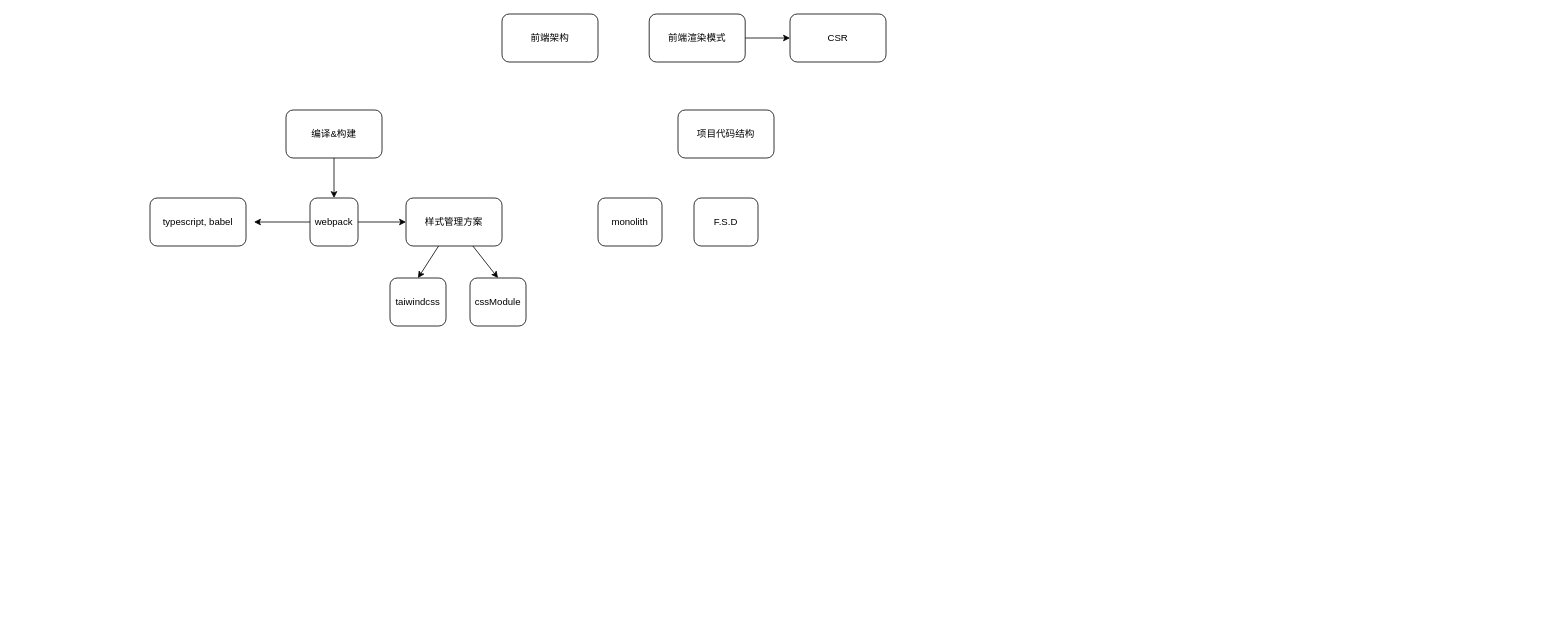
Before: docs/FE_Architecture.drawio in webMasterMrBin/elegance-form-builder, a draw.io diagram. Source tidied: cells renumbered, new cells numbered last; positions are measured from the earlier drawing's top-left corner, leaving out a move shared by most shapes. Both pictures are drawn from the tidied source at 80%, with x=0, y=0 at pixel (150, 14).
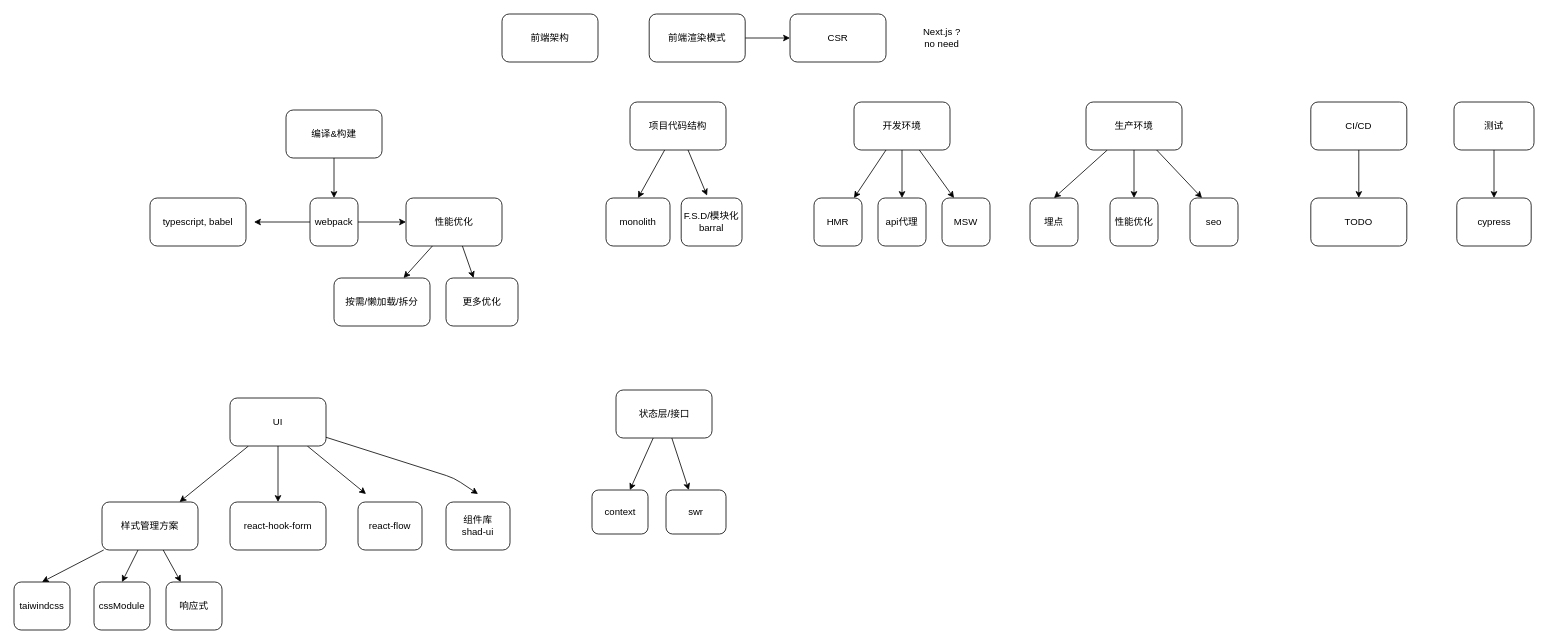
After the change.

Commit message:
架构图补充

The change refers to these unchanged cells:
```xml
<mxCell id="10" value="webpack" style="rounded=1;whiteSpace=wrap;html=1;" parent="1" vertex="1">
  <mxGeometry x="200" y="230" width="60" height="60" as="geometry" />
</mxCell>
```

The edit, as a diff of the source:
```diff
@@
-    <mxCell id="9" style="edgeStyle=none;html=1;" parent="1" edge="1" source="10" target="14">
-      <mxGeometry relative="1" as="geometry" />
-    </mxCell>
+    <mxCell id="20" style="edgeStyle=none;html=1;" parent="1" edge="1" source="10" target="59">
+      <mxGeometry relative="1" as="geometry" />
+    </mxCell>
@@
+    <mxCell id="21" style="edgeStyle=none;html=1;" parent="1" edge="1" source="14" target="63">
+      <mxGeometry relative="1" as="geometry" />
+    </mxCell>
     <mxCell id="14" value="样式管理方案" style="rounded=1;whiteSpace=wrap;html=1;" parent="1" vertex="1">
-      <mxGeometry x="320" y="230" width="120" height="60" as="geometry" />
+      <mxGeometry x="-60" y="610" width="120" height="60" as="geometry" />
     </mxCell>
     <mxCell id="15" value="taiwindcss" style="whiteSpace=wrap;html=1;rounded=1;" parent="1" vertex="1">
-      <mxGeometry x="300" y="330" width="70" height="60" as="geometry" />
+      <mxGeometry x="-170" y="710" width="70" height="60" as="geometry" />
     </mxCell>
     <mxCell id="16" value="cssModule" style="whiteSpace=wrap;html=1;rounded=1;" parent="1" vertex="1">
-      <mxGeometry x="400" y="330" width="70" height="60" as="geometry" />
+      <mxGeometry x="-70" y="710" width="70" height="60" as="geometry" />
     </mxCell>
+    <mxCell id="22" style="edgeStyle=none;html=1;entryX=0.5;entryY=0;entryDx=0;entryDy=0;" parent="1" edge="1" source="17" target="18">
+      <mxGeometry relative="1" as="geometry" />
+    </mxCell>
+    <mxCell id="23" style="edgeStyle=none;html=1;entryX=0.425;entryY=-0.05;entryDx=0;entryDy=0;entryPerimeter=0;" parent="1" edge="1" source="17" target="19">
+      <mxGeometry relative="1" as="geometry" />
+    </mxCell>
     <mxCell id="17" value="项目代码结构" style="rounded=1;whiteSpace=wrap;html=1;" parent="1" vertex="1">
-      <mxGeometry x="660" y="120" width="120" height="60" as="geometry" />
+      <mxGeometry x="600" y="110" width="120" height="60" as="geometry" />
     </mxCell>
     <mxCell id="18" value="monolith" style="rounded=1;whiteSpace=wrap;html=1;" parent="1" vertex="1">
-      <mxGeometry x="560" y="230" width="80" height="60" as="geometry" />
+      <mxGeometry x="570" y="230" width="80" height="60" as="geometry" />
     </mxCell>
-    <mxCell id="19" value="F.S.D" style="rounded=1;whiteSpace=wrap;html=1;" parent="1" vertex="1">
-      <mxGeometry x="680" y="230" width="80" height="60" as="geometry" />
+    <mxCell id="19" value="F.S.D/模块化barral" style="rounded=1;whiteSpace=wrap;html=1;" parent="1" vertex="1">
+      <mxGeometry x="664" y="230" width="76" height="60" as="geometry" />
     </mxCell>
+    <mxCell id="24" style="edgeStyle=none;html=1;" parent="1" edge="1" source="27" target="28">
+      <mxGeometry relative="1" as="geometry" />
+    </mxCell>
+    <mxCell id="25" style="edgeStyle=none;html=1;" parent="1" edge="1" source="27" target="29">
+      <mxGeometry relative="1" as="geometry" />
+    </mxCell>
+    <mxCell id="26" style="edgeStyle=none;html=1;entryX=0.25;entryY=0;entryDx=0;entryDy=0;" parent="1" edge="1" source="27" target="30">
+      <mxGeometry relative="1" as="geometry" />
+    </mxCell>
+    <mxCell id="27" value="开发环境" style="rounded=1;whiteSpace=wrap;html=1;" parent="1" vertex="1">
+      <mxGeometry x="880" y="110" width="120" height="60" as="geometry" />
+    </mxCell>
+    <mxCell id="28" value="HMR" style="rounded=1;whiteSpace=wrap;html=1;" parent="1" vertex="1">
+      <mxGeometry x="830" y="230" width="60" height="60" as="geometry" />
+    </mxCell>
+    <mxCell id="29" value="api代理" style="rounded=1;whiteSpace=wrap;html=1;" parent="1" vertex="1">
+      <mxGeometry x="910" y="230" width="60" height="60" as="geometry" />
+    </mxCell>
+    <mxCell id="30" value="MSW" style="rounded=1;whiteSpace=wrap;html=1;" parent="1" vertex="1">
+      <mxGeometry x="990" y="230" width="60" height="60" as="geometry" />
+    </mxCell>
+    <mxCell id="31" style="edgeStyle=none;html=1;" parent="1" edge="1" source="32" target="33">
+      <mxGeometry relative="1" as="geometry" />
+    </mxCell>
+    <mxCell id="32" value="测试" style="rounded=1;whiteSpace=wrap;html=1;" parent="1" vertex="1">
+      <mxGeometry x="1630" y="110" width="100" height="60" as="geometry" />
+    </mxCell>
+    <mxCell id="33" value="cypress" style="rounded=1;whiteSpace=wrap;html=1;" parent="1" vertex="1">
+      <mxGeometry x="1633.5" y="230" width="93" height="60" as="geometry" />
+    </mxCell>
+    <mxCell id="34" style="edgeStyle=none;html=1;entryX=0.5;entryY=0;entryDx=0;entryDy=0;" parent="1" edge="1" source="37" target="38">
+      <mxGeometry relative="1" as="geometry" />
+    </mxCell>
+    <mxCell id="35" style="edgeStyle=none;html=1;entryX=0.25;entryY=0;entryDx=0;entryDy=0;" parent="1" edge="1" source="37" target="40">
+      <mxGeometry relative="1" as="geometry" />
+    </mxCell>
+    <mxCell id="36" style="edgeStyle=none;html=1;" parent="1" edge="1" source="37" target="39">
+      <mxGeometry relative="1" as="geometry" />
+    </mxCell>
+    <mxCell id="37" value="生产环境" style="rounded=1;whiteSpace=wrap;html=1;" parent="1" vertex="1">
+      <mxGeometry x="1170" y="110" width="120" height="60" as="geometry" />
+    </mxCell>
+    <mxCell id="38" value="埋点" style="rounded=1;whiteSpace=wrap;html=1;" parent="1" vertex="1">
+      <mxGeometry x="1100" y="230" width="60" height="60" as="geometry" />
+    </mxCell>
+    <mxCell id="39" value="性能优化" style="rounded=1;whiteSpace=wrap;html=1;" parent="1" vertex="1">
+      <mxGeometry x="1200" y="230" width="60" height="60" as="geometry" />
+    </mxCell>
+    <mxCell id="40" value="seo" style="rounded=1;whiteSpace=wrap;html=1;" parent="1" vertex="1">
+      <mxGeometry x="1300" y="230" width="60" height="60" as="geometry" />
+    </mxCell>
+    <mxCell id="41" style="edgeStyle=none;html=1;" parent="1" edge="1" source="42" target="43">
+      <mxGeometry relative="1" as="geometry" />
+    </mxCell>
+    <mxCell id="42" value="CI/CD" style="rounded=1;whiteSpace=wrap;html=1;" parent="1" vertex="1">
+      <mxGeometry x="1451" y="110" width="120" height="60" as="geometry" />
+    </mxCell>
+    <mxCell id="43" value="TODO" style="whiteSpace=wrap;html=1;rounded=1;" parent="1" vertex="1">
+      <mxGeometry x="1451" y="230" width="120" height="60" as="geometry" />
+    </mxCell>
+    <mxCell id="44" style="edgeStyle=none;html=1;" parent="1" edge="1" source="48" target="14">
+      <mxGeometry relative="1" as="geometry" />
+    </mxCell>
+    <mxCell id="45" style="edgeStyle=none;html=1;" parent="1" edge="1" source="48">
+      <mxGeometry relative="1" as="geometry">
+        <mxPoint x="270" y="600" as="targetPoint" />
+      </mxGeometry>
+    </mxCell>
+    <mxCell id="46" style="edgeStyle=none;html=1;" parent="1" edge="1" source="48">
+      <mxGeometry relative="1" as="geometry">
+        <mxPoint x="410" y="600" as="targetPoint" />
+        <Array as="points">
+          <mxPoint x="380" y="580" />
+        </Array>
+      </mxGeometry>
+    </mxCell>
+    <mxCell id="47" style="edgeStyle=none;html=1;" parent="1" edge="1" source="48" target="49">
+      <mxGeometry relative="1" as="geometry" />
+    </mxCell>
+    <mxCell id="48" value="UI" style="rounded=1;whiteSpace=wrap;html=1;" parent="1" vertex="1">
+      <mxGeometry x="100" y="480" width="120" height="60" as="geometry" />
+    </mxCell>
+    <mxCell id="49" value="react-hook-form" style="rounded=1;whiteSpace=wrap;html=1;" parent="1" vertex="1">
+      <mxGeometry x="100" y="610" width="120" height="60" as="geometry" />
+    </mxCell>
+    <mxCell id="50" value="react-flow" style="rounded=1;whiteSpace=wrap;html=1;" parent="1" vertex="1">
+      <mxGeometry x="260" y="610" width="80" height="60" as="geometry" />
+    </mxCell>
+    <mxCell id="51" value="组件库&lt;br&gt;shad-ui" style="rounded=1;whiteSpace=wrap;html=1;" parent="1" vertex="1">
+      <mxGeometry x="370" y="610" width="80" height="60" as="geometry" />
+    </mxCell>
+    <mxCell id="52" style="edgeStyle=none;html=1;" parent="1" edge="1" source="54" target="55">
+      <mxGeometry relative="1" as="geometry" />
+    </mxCell>
+    <mxCell id="53" style="edgeStyle=none;html=1;" parent="1" edge="1" source="54" target="56">
+      <mxGeometry relative="1" as="geometry" />
+    </mxCell>
+    <mxCell id="54" value="状态层/接口" style="rounded=1;whiteSpace=wrap;html=1;" parent="1" vertex="1">
+      <mxGeometry x="582.5" y="470" width="120" height="60" as="geometry" />
+    </mxCell>
+    <mxCell id="55" value="context" style="whiteSpace=wrap;html=1;rounded=1;" parent="1" vertex="1">
+      <mxGeometry x="552.5" y="595" width="70" height="55" as="geometry" />
+    </mxCell>
+    <mxCell id="56" value="swr" style="whiteSpace=wrap;html=1;rounded=1;" parent="1" vertex="1">
+      <mxGeometry x="645" y="595" width="75" height="55" as="geometry" />
+    </mxCell>
+    <mxCell id="57" style="edgeStyle=none;html=1;" parent="1" edge="1" source="59" target="60">
+      <mxGeometry relative="1" as="geometry" />
+    </mxCell>
+    <mxCell id="58" style="edgeStyle=none;html=1;" parent="1" edge="1" source="59" target="61">
+      <mxGeometry relative="1" as="geometry" />
+    </mxCell>
+    <mxCell id="59" value="性能优化" style="whiteSpace=wrap;html=1;rounded=1;" parent="1" vertex="1">
+      <mxGeometry x="320" y="230" width="120" height="60" as="geometry" />
+    </mxCell>
+    <mxCell id="60" value="按需/懒加载/拆分" style="whiteSpace=wrap;html=1;rounded=1;" parent="1" vertex="1">
+      <mxGeometry x="230" y="330" width="120" height="60" as="geometry" />
+    </mxCell>
+    <mxCell id="61" value="更多优化" style="whiteSpace=wrap;html=1;rounded=1;" parent="1" vertex="1">
+      <mxGeometry x="370" y="330" width="90" height="60" as="geometry" />
+    </mxCell>
+    <mxCell id="62" value="Next.js ? no need" style="text;html=1;strokeColor=none;fillColor=none;align=center;verticalAlign=middle;whiteSpace=wrap;rounded=0;" parent="1" vertex="1">
+      <mxGeometry x="960" y="15" width="60" height="30" as="geometry" />
+    </mxCell>
+    <mxCell id="63" value="响应式" style="whiteSpace=wrap;html=1;rounded=1;" parent="1" vertex="1">
+      <mxGeometry x="20" y="710" width="70" height="60" as="geometry" />
+    </mxCell>
```
